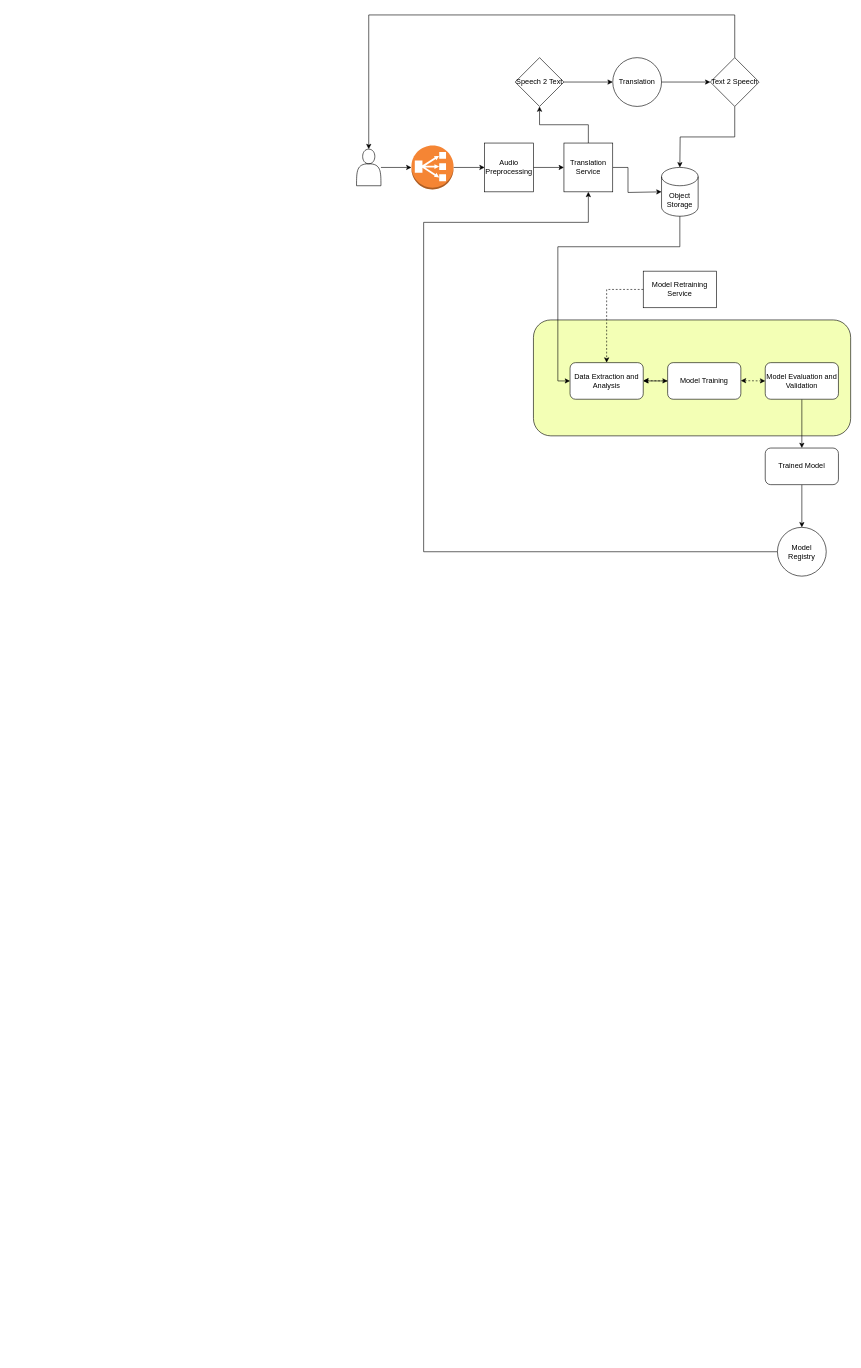
Earlier version of the draw.io diagram Untitled Diagram.drawio (Priyank-Vaidya/Wow-Dao). Source tidied: cells renumbered, new cells numbered last; positions are measured from the earlier drawing's top-left corner, leaving out a move shared by most shapes. Both pictures are drawn from the tidied source at 61%, with x=0, y=0 at pixel (356, 15).
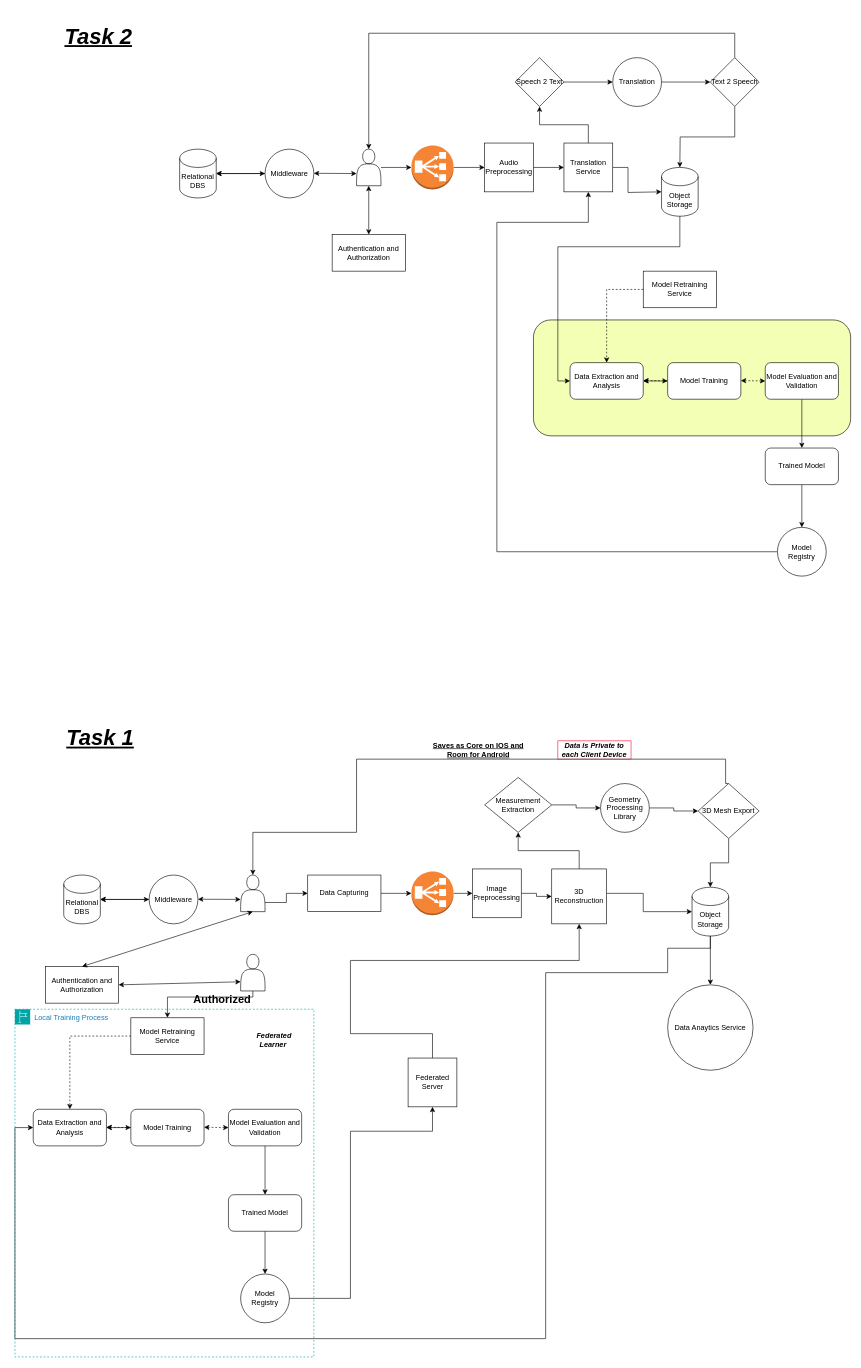
The same diagram, later.

The change refers to these unchanged cells:
```xml
<mxCell id="5" style="shape=actor;whiteSpace=wrap;html=1;" parent="1" vertex="1">
  <mxGeometry y="220" width="40" height="60" as="geometry" />
</mxCell>
<mxCell id="10" value="Translation Service" style="whiteSpace=wrap;html=1;" parent="1" vertex="1">
  <mxGeometry x="340" y="210" width="80" height="80" as="geometry" />
</mxCell>
<mxCell id="16" value="Text 2 Speech" style="rhombus;whiteSpace=wrap;html=1;" parent="1" vertex="1">
  <mxGeometry x="580" y="70" width="80" height="80" as="geometry" />
</mxCell>
<mxCell id="33" value="Model Registry" style="ellipse;whiteSpace=wrap;html=1;rounded=1;" parent="1" vertex="1">
  <mxGeometry x="690" y="840" width="80" height="80" as="geometry" />
</mxCell>
```

Change to the diagram source:
```diff
@@
     <mxCell id="4" style="edgeStyle=orthogonalEdgeStyle;rounded=0;jettySize=auto;html=1;exitX=0.5;exitY=0;exitDx=0;exitDy=0;entryX=0.5;entryY=0;entryDx=0;entryDy=0;" parent="1" edge="1" source="16" target="5">
       <mxGeometry relative="1" as="geometry">
         <Array as="points">
-          <mxPoint x="620" />
-          <mxPoint x="20" />
+          <mxPoint x="620" y="30" />
+          <mxPoint x="20" y="30" />
         </Array>
       </mxGeometry>
     </mxCell>
@@
     <mxCell id="32" style="edgeStyle=orthogonalEdgeStyle;rounded=0;jettySize=auto;html=1;entryX=0.5;entryY=1;entryDx=0;entryDy=0;" parent="1" edge="1" source="33" target="10">
       <mxGeometry relative="1" as="geometry">
         <Array as="points">
-          <mxPoint x="110" y="880" />
-          <mxPoint x="110" y="340" />
+          <mxPoint x="230" y="880" />
+          <mxPoint x="230" y="340" />
           <mxPoint x="380" y="340" />
         </Array>
       </mxGeometry>
     </mxCell>
@@
+    <mxCell id="34" value="Authentication and Authorization" style="whiteSpace=wrap;html=1;" parent="1" vertex="1">
+      <mxGeometry x="-40" y="360" width="120" height="60" as="geometry" />
+    </mxCell>
+    <mxCell id="35" style="endArrow=classic;startArrow=classic;html=1;rounded=0;exitX=0.5;exitY=0;exitDx=0;exitDy=0;" parent="1" edge="1" source="34">
+      <mxGeometry relative="1" as="geometry">
+        <mxPoint x="20" y="280" as="targetPoint" />
+      </mxGeometry>
+    </mxCell>
+    <mxCell id="36" value="Relational DBS" style="shape=cylinder3;whiteSpace=wrap;html=1;boundedLbl=1;backgroundOutline=1;size=15;" parent="1" vertex="1">
+      <mxGeometry x="-290" y="220" width="60" height="80" as="geometry" />
+    </mxCell>
+    <mxCell id="37" style="edgeStyle=orthogonalEdgeStyle;rounded=0;jettySize=auto;html=1;" parent="1" edge="1" source="38" target="36">
+      <mxGeometry relative="1" as="geometry" />
+    </mxCell>
+    <mxCell id="38" value="Middleware" style="ellipse;whiteSpace=wrap;html=1;" parent="1" vertex="1">
+      <mxGeometry x="-150" y="220" width="80" height="80" as="geometry" />
+    </mxCell>
+    <mxCell id="39" style="endArrow=classic;startArrow=classic;html=1;rounded=0;entryX=0;entryY=0.5;entryDx=0;entryDy=0;exitX=1;exitY=0.5;exitDx=0;exitDy=0;exitPerimeter=0;" parent="1" edge="1" source="36" target="38">
+      <mxGeometry relative="1" as="geometry" />
+    </mxCell>
+    <mxCell id="40" style="endArrow=classic;startArrow=classic;html=1;rounded=0;exitX=1;exitY=0.5;exitDx=0;exitDy=0;exitPerimeter=0;" parent="1" edge="1">
+      <mxGeometry relative="1" as="geometry">
+        <mxPoint x="-70" y="259.6" as="sourcePoint" />
+        <mxPoint y="260" as="targetPoint" />
+      </mxGeometry>
+    </mxCell>
+    <mxCell id="41" style="edgeStyle=orthogonalEdgeStyle;rounded=0;jettySize=auto;html=1;exitX=1;exitY=0.5;exitDx=0;exitDy=0;entryX=0;entryY=0.5;entryDx=0;entryDy=0;" parent="1" edge="1" source="42" target="49">
+      <mxGeometry relative="1" as="geometry" />
+    </mxCell>
+    <mxCell id="42" value="Image Preprocessing" style="whiteSpace=wrap;html=1;" parent="1" vertex="1">
+      <mxGeometry x="190" y="1400" width="80" height="80" as="geometry" />
+    </mxCell>
+    <mxCell id="43" style="edgeStyle=orthogonalEdgeStyle;rounded=0;jettySize=auto;html=1;exitX=0.5;exitY=0;exitDx=0;exitDy=0;entryX=0.5;entryY=0;entryDx=0;entryDy=0;" parent="1" edge="1" source="55" target="44">
+      <mxGeometry relative="1" as="geometry">
+        <Array as="points">
+          <mxPoint x="605" y="1220" />
+          <mxPoint y="1220" />
+          <mxPoint y="1340" />
+          <mxPoint x="-170" y="1340" />
+        </Array>
+      </mxGeometry>
+    </mxCell>
+    <mxCell id="44" style="shape=actor;whiteSpace=wrap;html=1;" parent="1" vertex="1">
+      <mxGeometry x="-190" y="1410" width="40" height="60" as="geometry" />
+    </mxCell>
+    <mxCell id="45" style="edgeStyle=orthogonalEdgeStyle;rounded=0;jettySize=auto;html=1;exitX=1;exitY=0.5;exitDx=0;exitDy=0;exitPerimeter=0;entryX=0;entryY=0.5;entryDx=0;entryDy=0;" parent="1" edge="1" source="46" target="42">
+      <mxGeometry relative="1" as="geometry" />
+    </mxCell>
+    <mxCell id="46" style="outlineConnect=0;dashed=0;verticalLabelPosition=bottom;verticalAlign=top;align=center;html=1;shape=mxgraph.aws3.classic_load_balancer;fillColor=#F58534;gradientColor=none;" parent="1" vertex="1">
+      <mxGeometry x="90" y="1404" width="69" height="72" as="geometry" />
+    </mxCell>
+    <mxCell id="47" style="edgeStyle=orthogonalEdgeStyle;rounded=0;jettySize=auto;html=1;" parent="1" edge="1" source="49" target="51">
+      <mxGeometry relative="1" as="geometry" />
+    </mxCell>
+    <mxCell id="48" style="edgeStyle=orthogonalEdgeStyle;rounded=0;jettySize=auto;html=1;entryX=0;entryY=0.5;entryDx=0;entryDy=0;entryPerimeter=0;" parent="1" edge="1" source="49" target="57">
+      <mxGeometry relative="1" as="geometry">
+        <Array as="points">
+          <mxPoint x="470" y="1440" />
+          <mxPoint x="470" y="1470" />
+        </Array>
+      </mxGeometry>
+    </mxCell>
+    <mxCell id="49" value="3D Reconstruction" style="whiteSpace=wrap;html=1;" parent="1" vertex="1">
+      <mxGeometry x="320" y="1400" width="90" height="90" as="geometry" />
+    </mxCell>
+    <mxCell id="50" style="edgeStyle=orthogonalEdgeStyle;rounded=0;jettySize=auto;html=1;" parent="1" edge="1" source="51" target="53">
+      <mxGeometry relative="1" as="geometry" />
+    </mxCell>
+    <mxCell id="51" value="Measurement Extraction" style="rhombus;whiteSpace=wrap;html=1;" parent="1" vertex="1">
+      <mxGeometry x="210" y="1250" width="110" height="90" as="geometry" />
+    </mxCell>
+    <mxCell id="52" style="edgeStyle=orthogonalEdgeStyle;rounded=0;jettySize=auto;html=1;" parent="1" edge="1" source="53" target="55">
+      <mxGeometry relative="1" as="geometry" />
+    </mxCell>
+    <mxCell id="53" value="Geometry Processing Library" style="ellipse;whiteSpace=wrap;html=1;" parent="1" vertex="1">
+      <mxGeometry x="400" y="1260" width="80" height="80" as="geometry" />
+    </mxCell>
+    <mxCell id="54" style="edgeStyle=orthogonalEdgeStyle;rounded=0;jettySize=auto;html=1;exitX=0.5;exitY=1;exitDx=0;exitDy=0;entryX=0.5;entryY=0;entryDx=0;entryDy=0;entryPerimeter=0;" parent="1" edge="1" source="55" target="57">
+      <mxGeometry relative="1" as="geometry" />
+    </mxCell>
+    <mxCell id="55" value="3D Mesh Export" style="rhombus;whiteSpace=wrap;html=1;" parent="1" vertex="1">
+      <mxGeometry x="560" y="1260" width="100" height="90" as="geometry" />
+    </mxCell>
+    <mxCell id="56" style="edgeStyle=orthogonalEdgeStyle;rounded=0;jettySize=auto;html=1;" parent="1" edge="1" source="57" target="91">
+      <mxGeometry relative="1" as="geometry" />
+    </mxCell>
+    <mxCell id="57" value="Object Storage" style="shape=cylinder3;whiteSpace=wrap;html=1;boundedLbl=1;backgroundOutline=1;size=15;" parent="1" vertex="1">
+      <mxGeometry x="550" y="1430" width="60" height="80" as="geometry" />
+    </mxCell>
+    <mxCell id="58" style="html=1;labelBackgroundColor=#ffffff;startArrow=none;startFill=0;startSize=6;endArrow=classic;endFill=1;endSize=6;jettySize=auto;strokeWidth=1;dashed=1;fontSize=14;rounded=0;exitX=0;exitY=0.5;exitDx=0;exitDy=0;" parent="1" edge="1" source="89">
+      <mxGeometry relative="1" as="geometry">
+        <mxPoint x="-470" y="1794" as="targetPoint" />
+        <Array as="points">
+          <mxPoint x="-470" y="1674" />
+        </Array>
+      </mxGeometry>
+    </mxCell>
+    <mxCell id="59" value="Data Extraction and Analysis" style="rounded=1;whiteSpace=wrap;html=1;" parent="1" vertex="1">
+      <mxGeometry x="-530" y="1794" width="120" height="60" as="geometry" />
+    </mxCell>
+    <mxCell id="60" style="edgeStyle=orthogonalEdgeStyle;rounded=0;jettySize=auto;html=1;" parent="1" edge="1" source="61" target="59">
+      <mxGeometry relative="1" as="geometry" />
+    </mxCell>
+    <mxCell id="61" value="Model Training" style="rounded=1;whiteSpace=wrap;html=1;" parent="1" vertex="1">
+      <mxGeometry x="-370" y="1794" width="120" height="60" as="geometry" />
+    </mxCell>
+    <mxCell id="62" style="edgeStyle=orthogonalEdgeStyle;rounded=0;jettySize=auto;html=1;entryX=0;entryY=0.5;entryDx=0;entryDy=0;exitX=0.5;exitY=1;exitDx=0;exitDy=0;exitPerimeter=0;" parent="1" edge="1" source="57" target="59">
+      <mxGeometry relative="1" as="geometry">
+        <Array as="points">
+          <mxPoint x="580" y="1530" />
+          <mxPoint x="510" y="1530" />
+          <mxPoint x="510" y="1570" />
+          <mxPoint x="310" y="1570" />
+          <mxPoint x="310" y="2170" />
+          <mxPoint x="-560" y="2170" />
+          <mxPoint x="-560" y="1824" />
+        </Array>
+      </mxGeometry>
+    </mxCell>
+    <mxCell id="63" style="html=1;labelBackgroundColor=#ffffff;startArrow=classic;startFill=1;startSize=6;endArrow=classic;endFill=1;endSize=6;jettySize=auto;orthogonalLoop=1;strokeWidth=1;dashed=1;fontSize=14;rounded=0;" parent="1" edge="1">
+      <mxGeometry relative="1" as="geometry">
+        <mxPoint x="-410" y="1823.5" as="sourcePoint" />
+        <mxPoint x="-370" y="1824" as="targetPoint" />
+      </mxGeometry>
+    </mxCell>
+    <mxCell id="64" style="html=1;labelBackgroundColor=#ffffff;startArrow=classic;startFill=1;startSize=6;endArrow=classic;endFill=1;endSize=6;jettySize=auto;orthogonalLoop=1;strokeWidth=1;dashed=1;fontSize=14;rounded=0;" parent="1" edge="1">
+      <mxGeometry relative="1" as="geometry">
+        <mxPoint x="-250" y="1823.5" as="sourcePoint" />
+        <mxPoint x="-210" y="1824" as="targetPoint" />
+      </mxGeometry>
+    </mxCell>
+    <mxCell id="65" style="edgeStyle=orthogonalEdgeStyle;rounded=0;jettySize=auto;html=1;" parent="1" edge="1" source="66" target="68">
+      <mxGeometry relative="1" as="geometry" />
+    </mxCell>
+    <mxCell id="66" value="Model Evaluation and Validation" style="rounded=1;whiteSpace=wrap;html=1;" parent="1" vertex="1">
+      <mxGeometry x="-210" y="1794" width="120" height="60" as="geometry" />
+    </mxCell>
+    <mxCell id="67" style="edgeStyle=orthogonalEdgeStyle;rounded=0;jettySize=auto;html=1;" parent="1" edge="1" source="68" target="70">
+      <mxGeometry relative="1" as="geometry" />
+    </mxCell>
+    <mxCell id="68" value="Trained Model" style="whiteSpace=wrap;html=1;rounded=1;" parent="1" vertex="1">
+      <mxGeometry x="-210" y="1934" width="120" height="60" as="geometry" />
+    </mxCell>
+    <mxCell id="69" style="edgeStyle=orthogonalEdgeStyle;rounded=0;jettySize=auto;html=1;exitX=0;exitY=0.5;exitDx=0;exitDy=0;entryX=0.5;entryY=1;entryDx=0;entryDy=0;" parent="1" edge="1" source="70" target="83">
+      <mxGeometry relative="1" as="geometry">
+        <Array as="points">
+          <mxPoint x="-10" y="2104" />
+          <mxPoint x="-10" y="1830" />
+          <mxPoint x="125" y="1830" />
+        </Array>
+      </mxGeometry>
+    </mxCell>
+    <mxCell id="70" value="Model Registry" style="ellipse;whiteSpace=wrap;html=1;rounded=1;" parent="1" vertex="1">
+      <mxGeometry x="-190" y="2064" width="80" height="80" as="geometry" />
+    </mxCell>
+    <mxCell id="71" value="Authentication and Authorization" style="whiteSpace=wrap;html=1;" parent="1" vertex="1">
+      <mxGeometry x="-510" y="1560" width="120" height="60" as="geometry" />
+    </mxCell>
+    <mxCell id="72" style="endArrow=classic;startArrow=classic;html=1;rounded=0;exitX=0.5;exitY=0;exitDx=0;exitDy=0;" parent="1" edge="1" source="71">
+      <mxGeometry relative="1" as="geometry">
+        <mxPoint x="-170" y="1470" as="targetPoint" />
+      </mxGeometry>
+    </mxCell>
+    <mxCell id="73" value="Relational DBS" style="shape=cylinder3;whiteSpace=wrap;html=1;boundedLbl=1;backgroundOutline=1;size=15;" parent="1" vertex="1">
+      <mxGeometry x="-480" y="1410" width="60" height="80" as="geometry" />
+    </mxCell>
+    <mxCell id="74" style="edgeStyle=orthogonalEdgeStyle;rounded=0;jettySize=auto;html=1;" parent="1" edge="1" source="75" target="73">
+      <mxGeometry relative="1" as="geometry" />
+    </mxCell>
+    <mxCell id="75" value="Middleware" style="ellipse;whiteSpace=wrap;html=1;" parent="1" vertex="1">
+      <mxGeometry x="-340" y="1410" width="80" height="80" as="geometry" />
+    </mxCell>
+    <mxCell id="76" style="endArrow=classic;startArrow=classic;html=1;rounded=0;entryX=0;entryY=0.5;entryDx=0;entryDy=0;exitX=1;exitY=0.5;exitDx=0;exitDy=0;exitPerimeter=0;" parent="1" edge="1" source="73" target="75">
+      <mxGeometry relative="1" as="geometry" />
+    </mxCell>
+    <mxCell id="77" style="endArrow=classic;startArrow=classic;html=1;rounded=0;exitX=1;exitY=0.5;exitDx=0;exitDy=0;exitPerimeter=0;" parent="1" edge="1">
+      <mxGeometry relative="1" as="geometry">
+        <mxPoint x="-260" y="1449.6" as="sourcePoint" />
+        <mxPoint x="-190" y="1450" as="targetPoint" />
+      </mxGeometry>
+    </mxCell>
+    <mxCell id="78" style="edgeStyle=orthogonalEdgeStyle;rounded=0;jettySize=auto;html=1;exitX=1;exitY=0.75;exitDx=0;exitDy=0;" parent="1" edge="1" source="44" target="80">
+      <mxGeometry relative="1" as="geometry" />
+    </mxCell>
+    <mxCell id="79" style="edgeStyle=orthogonalEdgeStyle;rounded=0;jettySize=auto;html=1;" parent="1" edge="1" source="80" target="46">
+      <mxGeometry relative="1" as="geometry" />
+    </mxCell>
+    <mxCell id="80" value="Data Capturing" style="rounded=0;whiteSpace=wrap;html=1;" parent="1" vertex="1">
+      <mxGeometry x="-80" y="1410" width="120" height="60" as="geometry" />
+    </mxCell>
+    <mxCell id="81" value="&lt;u&gt;&lt;b&gt;Saves as Core on IOS and Room for Android&lt;/b&gt;&lt;/u&gt;" style="text;html=1;align=center;verticalAlign=middle;whiteSpace=wrap;rounded=0;" parent="1" vertex="1">
+      <mxGeometry x="110" y="1190" width="180" height="30" as="geometry" />
+    </mxCell>
+    <mxCell id="82" style="edgeStyle=orthogonalEdgeStyle;rounded=0;jettySize=auto;html=1;" parent="1" edge="1" source="83" target="49">
+      <mxGeometry relative="1" as="geometry">
+        <Array as="points">
+          <mxPoint x="125" y="1670" />
+          <mxPoint x="-10" y="1670" />
+          <mxPoint x="-10" y="1550" />
+          <mxPoint x="365" y="1550" />
+        </Array>
+      </mxGeometry>
+    </mxCell>
+    <mxCell id="83" value="Federated Server" style="whiteSpace=wrap;html=1;" parent="1" vertex="1">
+      <mxGeometry x="84.5" y="1710" width="80" height="80" as="geometry" />
+    </mxCell>
+    <mxCell id="84" style="edgeStyle=orthogonalEdgeStyle;rounded=0;jettySize=auto;html=1;" parent="1" edge="1" source="85" target="89">
+      <mxGeometry relative="1" as="geometry">
+        <Array as="points">
+          <mxPoint x="-170" y="1610" />
+          <mxPoint x="-310" y="1610" />
+        </Array>
+      </mxGeometry>
+    </mxCell>
+    <mxCell id="85" style="shape=actor;whiteSpace=wrap;html=1;" parent="1" vertex="1">
+      <mxGeometry x="-190" y="1540" width="40" height="60" as="geometry" />
+    </mxCell>
+    <mxCell id="86" style="endArrow=classic;startArrow=classic;html=1;rounded=0;exitX=1;exitY=0.5;exitDx=0;exitDy=0;entryX=0;entryY=0.75;entryDx=0;entryDy=0;" parent="1" edge="1" source="71" target="85">
+      <mxGeometry relative="1" as="geometry" />
+    </mxCell>
+    <mxCell id="87" value="&lt;b&gt;&lt;i&gt;Data is Private to each Client Device&lt;/i&gt;&lt;/b&gt;" style="text;html=1;align=center;verticalAlign=middle;whiteSpace=wrap;rounded=0;strokeColor=#FF1434;" parent="1" vertex="1">
+      <mxGeometry x="330" y="1190" width="120" height="30" as="geometry" />
+    </mxCell>
+    <mxCell id="88" value="Local Training Process" style="gradientColor=none;html=1;whiteSpace=wrap;fontSize=12;fontStyle=0;shape=mxgraph.aws4.group;grIcon=mxgraph.aws4.group_region;strokeColor=#00A4A6;fillColor=none;verticalAlign=top;align=left;spacingLeft=30;fontColor=#147EBA;dashed=1;" parent="1" vertex="1">
+      <mxGeometry x="-560" y="1630" width="490" height="570" as="geometry" />
+    </mxCell>
+    <mxCell id="89" value="Model Retraining Service" style="whiteSpace=wrap;html=1;" parent="88" vertex="1">
+      <mxGeometry x="190" y="14" width="120" height="60" as="geometry" />
+    </mxCell>
+    <mxCell id="90" value="&lt;b&gt;&lt;i&gt;Federated Learner&amp;nbsp;&lt;/i&gt;&lt;/b&gt;" style="text;html=1;align=center;verticalAlign=middle;whiteSpace=wrap;rounded=0;" parent="88" vertex="1">
+      <mxGeometry x="380" y="30" width="90" height="40" as="geometry" />
+    </mxCell>
+    <mxCell id="91" value="Data Anaytics Service" style="ellipse;whiteSpace=wrap;html=1;" parent="1" vertex="1">
+      <mxGeometry x="510" y="1590" width="140" height="140" as="geometry" />
+    </mxCell>
+    <mxCell id="92" value="&lt;font style=&quot;font-size: 18px;&quot;&gt;Authorized&lt;/font&gt;" style="text;html=1;align=center;verticalAlign=middle;whiteSpace=wrap;rounded=0;fontStyle=1;" parent="1" vertex="1">
+      <mxGeometry x="-250" y="1600" width="60" height="30" as="geometry" />
+    </mxCell>
+    <mxCell id="93" value="&lt;font style=&quot;font-size: 36px;&quot;&gt;&lt;b&gt;&lt;i&gt;&lt;u&gt;Task 2&lt;/u&gt;&lt;/i&gt;&lt;/b&gt;&lt;/font&gt;" style="text;html=1;align=center;verticalAlign=middle;whiteSpace=wrap;rounded=0;" parent="1" vertex="1">
+      <mxGeometry x="-563" y="20" width="280" height="30" as="geometry" />
+    </mxCell>
+    <mxCell id="94" value="&lt;font style=&quot;font-size: 36px;&quot;&gt;&lt;b&gt;&lt;i&gt;&lt;u&gt;Task 1&lt;/u&gt;&lt;/i&gt;&lt;/b&gt;&lt;/font&gt;" style="text;html=1;align=center;verticalAlign=middle;whiteSpace=wrap;rounded=0;" parent="1" vertex="1">
+      <mxGeometry x="-560" y="1170" width="280" height="30" as="geometry" />
+    </mxCell>
```
